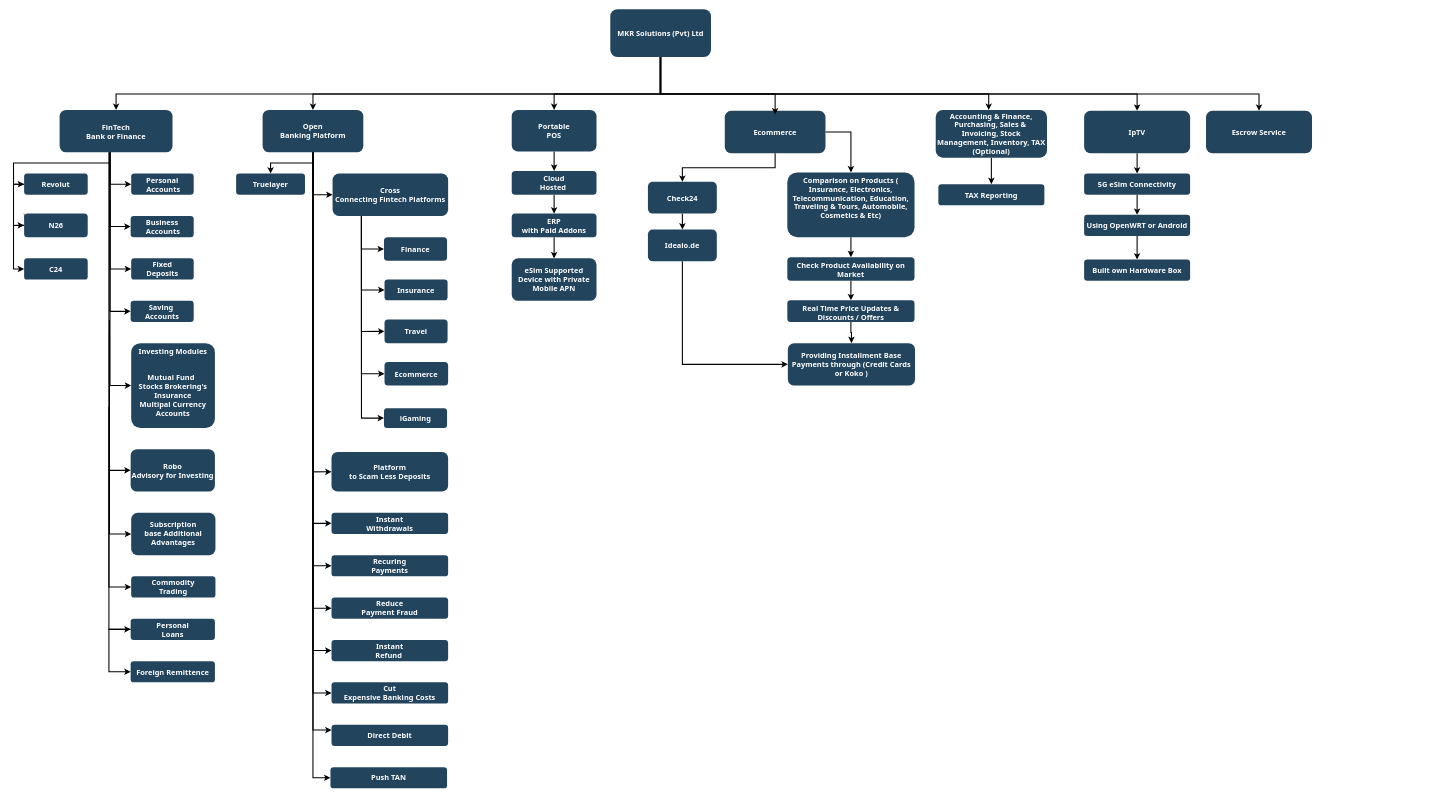
Earlier version of the draw.io diagram MKR.drawio (sachini9427/MKR). Source tidied: cells renumbered, new cells numbered last; positions are measured from the earlier drawing's top-left corner, leaving out a move shared by most shapes. Both pictures are drawn from the tidied source at 53%, with x=0, y=0 at pixel (13, 9).
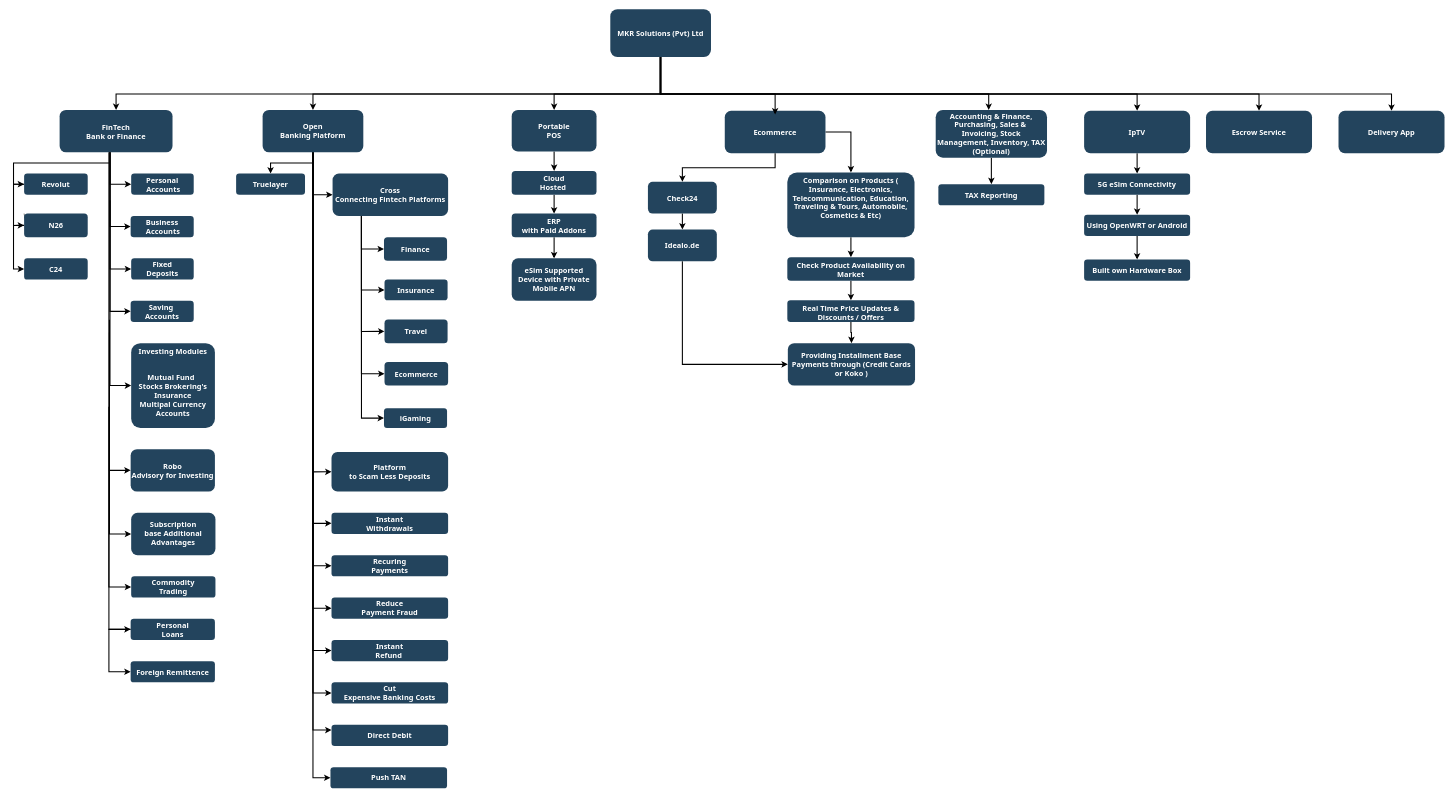
The same diagram, later.

The change refers to these unchanged cells:
```xml
<mxCell id="7" value="MKR Solutions (Pvt) Ltd" style="rounded=1;fillColor=#23445D;gradientColor=none;strokeColor=none;fontColor=#FFFFFF;fontStyle=1;fontFamily=Tahoma;fontSize=14;" parent="1" vertex="1">
  <mxGeometry x="1126" width="190" height="90" as="geometry" />
</mxCell>
```

The edit, as a diff of the source:
```diff
@@
+    <mxCell id="103" style="edgeStyle=orthogonalEdgeStyle;rounded=0;jettySize=auto;html=1;exitX=0.5;exitY=1;exitDx=0;exitDy=0;entryX=0.5;entryY=0;entryDx=0;entryDy=0;strokeWidth=2;strokeColor=none;curved=0;" parent="1" edge="1" source="7" target="105">
+      <mxGeometry relative="1" as="geometry" />
+    </mxCell>
+    <mxCell id="104" style="edgeStyle=orthogonalEdgeStyle;rounded=0;jettySize=auto;html=1;exitX=0.5;exitY=1;exitDx=0;exitDy=0;strokeWidth=2;" parent="1" edge="1" source="7" target="105">
+      <mxGeometry relative="1" as="geometry">
+        <Array as="points">
+          <mxPoint x="1221" y="160" />
+          <mxPoint x="2600" y="160" />
+        </Array>
+      </mxGeometry>
+    </mxCell>
@@
+    <mxCell id="105" value="Delivery App" style="rounded=1;fillColor=#23445D;gradientColor=none;strokeColor=none;fontColor=#FFFFFF;fontStyle=1;fontFamily=Tahoma;fontSize=14;" parent="1" vertex="1">
+      <mxGeometry x="2500" y="191.5" width="200" height="80" as="geometry" />
+    </mxCell>
```
